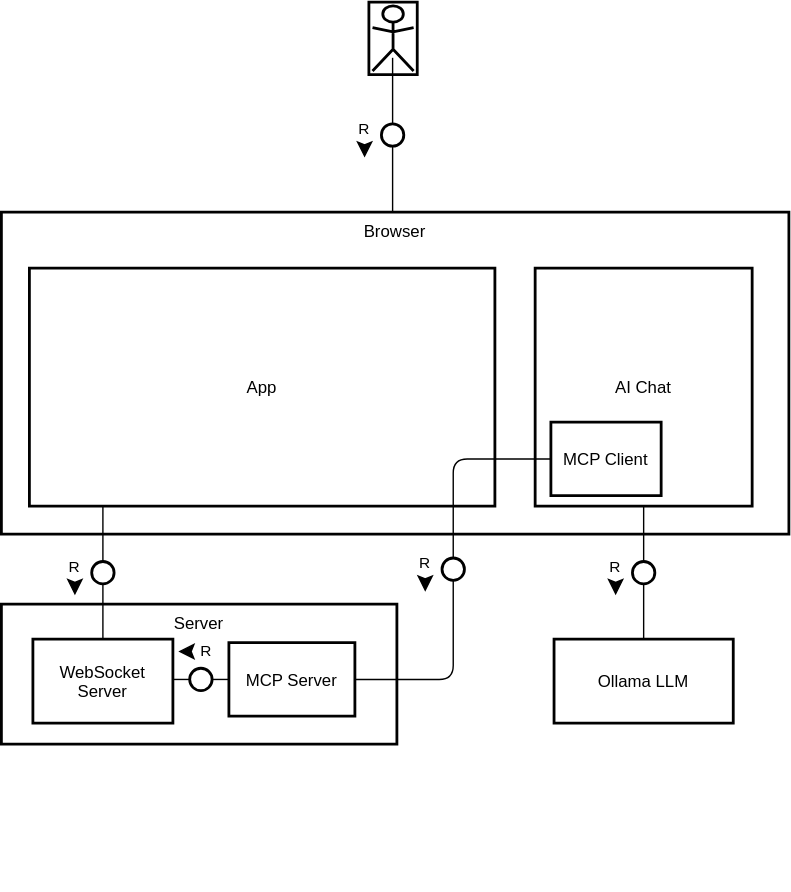
Earlier version of the draw.io export docs/architecture-client-mcp.drawio.svg (cgrail/mcp_express_test). Source tidied: cells renumbered, new cells last; positions are measured from the earlier drawing's top-left corner, leaving out a move shared by most shapes.
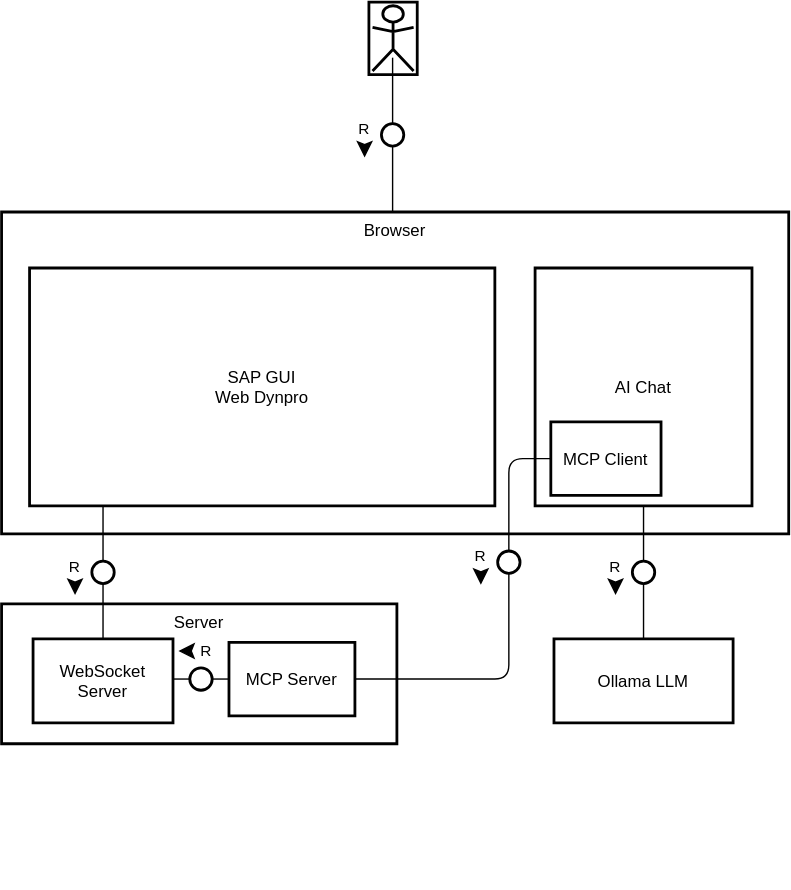
After the commit.

Diff of the diagram source:
```diff
@@ -11,7 +11,7 @@
     <mxCell id="4" value="Browser" style="shape=agent;offsetSize=8;strokeWidth=2;verticalAlign=top;" parent="1" vertex="1">
       <mxGeometry x="-0.5" y="150" width="562.5" height="230" as="geometry" />
     </mxCell>
-    <mxCell id="5" value="App" style="shape=agent;offsetSize=8;strokeWidth=2;" parent="1" vertex="1">
+    <mxCell id="5" value="SAP GUI&#10;Web Dynpro" style="shape=agent;offsetSize=8;strokeWidth=2;" parent="1" vertex="1">
       <mxGeometry x="19.5" y="190" width="332.5" height="170" as="geometry" />
     </mxCell>
     <mxCell id="6" value="AI Chat" style="shape=agent;offsetSize=8;strokeWidth=2;" parent="1" vertex="1">
@@ -44,8 +44,12 @@
     <mxCell id="15" style="shape=useedge;vertical=true;edgeStyle=none;endArrow=none;useSignPosition=left;useSignDirection=south;entryX=0.419;entryY=0.767;entryDx=0;entryDy=0;entryPerimeter=0;" parent="1" edge="1" source="4" target="2">
       <mxGeometry relative="1" as="geometry" />
     </mxCell>
-    <mxCell id="16" style="rounded=1;shape=useedge;edgeStyle=elbowEdgeStyle;elbow=horizontal;endArrow=none;useSignPosition=left;useSignDirection=south;entryX=0;entryY=0.5;entryDx=0;entryDy=0;" parent="1" edge="1" source="13" target="9">
-      <mxGeometry relative="1" as="geometry" />
+    <mxCell id="16" style="rounded=1;shape=useedge;edgeStyle=elbowEdgeStyle;elbow=horizontal;endArrow=none;useSignPosition=left;useSignDirection=south;entryX=0;entryY=0.5;entryDx=0;entryDy=0;dx=110;dy=74;" parent="1" edge="1" source="13" target="9">
+      <mxGeometry relative="1" as="geometry">
+        <Array as="points">
+          <mxPoint x="362" y="410" />
+        </Array>
+      </mxGeometry>
     </mxCell>
   </root>
 </mxGraphModel>
```
